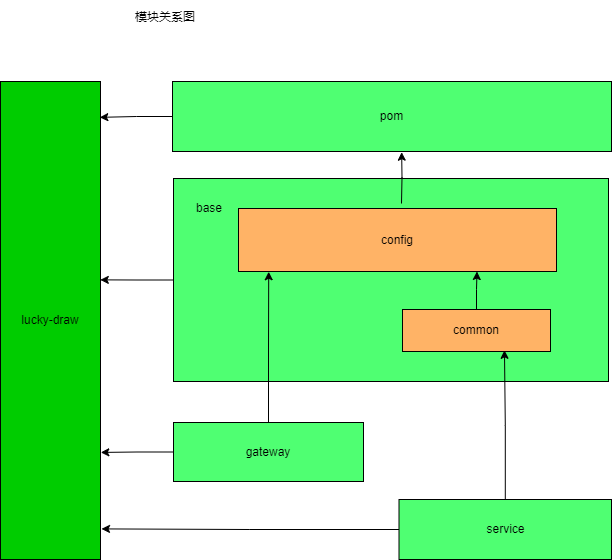
Before: lucky-draw/模块关系.png, a diagram exported from draw.io (Minh-X/draw.io). Source tidied: cells renumbered, new cells last; positions are measured from the earlier drawing's top-left corner, leaving out a move shared by most shapes.
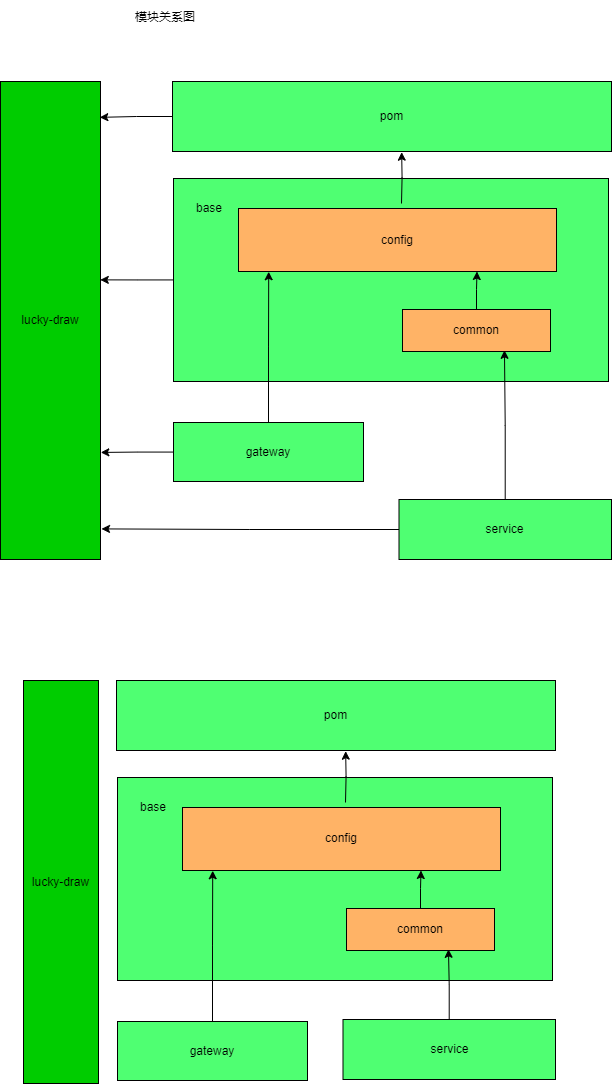
After the change.

Commit message:
更新模块关系.png

Change to the diagram source:
```diff
@@ -55,5 +55,43 @@
     <mxCell id="18" value="lucky-draw" style="rounded=0;whiteSpace=wrap;html=1;fillColor=#00CC00;" parent="1" vertex="1">
       <mxGeometry y="81" width="100" height="478" as="geometry" />
     </mxCell>
+    <mxCell id="19" style="rounded=0;whiteSpace=wrap;html=1;fillColor=#4FFF72;" parent="1" vertex="1">
+      <mxGeometry x="117" y="777" width="435" height="203" as="geometry" />
+    </mxCell>
+    <mxCell id="20" value="pom" style="rounded=0;whiteSpace=wrap;html=1;fillColor=#4FFF72;" parent="1" vertex="1">
+      <mxGeometry x="116" y="680" width="439" height="70" as="geometry" />
+    </mxCell>
+    <mxCell id="21" style="edgeStyle=orthogonalEdgeStyle;rounded=0;jettySize=auto;html=1;entryX=0.095;entryY=1.004;entryDx=0;entryDy=0;entryPerimeter=0;" parent="1" edge="1" source="22" target="28">
+      <mxGeometry relative="1" as="geometry" />
+    </mxCell>
+    <mxCell id="22" value="gateway" style="rounded=0;whiteSpace=wrap;html=1;fillColor=#4FFF72;" parent="1" vertex="1">
+      <mxGeometry x="117" y="1021" width="190" height="59" as="geometry" />
+    </mxCell>
+    <mxCell id="23" style="edgeStyle=orthogonalEdgeStyle;rounded=0;jettySize=auto;html=1;entryX=0.689;entryY=0.972;entryDx=0;entryDy=0;entryPerimeter=0;" parent="1" edge="1" source="24" target="26">
+      <mxGeometry relative="1" as="geometry" />
+    </mxCell>
+    <mxCell id="24" value="service" style="rounded=0;whiteSpace=wrap;html=1;fillColor=#4FFF72;" parent="1" vertex="1">
+      <mxGeometry x="342.5" y="1019" width="212.5" height="60" as="geometry" />
+    </mxCell>
+    <mxCell id="25" style="edgeStyle=orthogonalEdgeStyle;rounded=0;jettySize=auto;html=1;entryX=0.75;entryY=1;entryDx=0;entryDy=0;" parent="1" edge="1" source="26" target="28">
+      <mxGeometry relative="1" as="geometry" />
+    </mxCell>
+    <mxCell id="26" value="common" style="rounded=0;whiteSpace=wrap;html=1;fillColor=#FFB366;" parent="1" vertex="1">
+      <mxGeometry x="346" y="908" width="148" height="42" as="geometry" />
+    </mxCell>
+    <mxCell id="27" style="edgeStyle=orthogonalEdgeStyle;rounded=0;jettySize=auto;html=1;entryX=0.522;entryY=1.01;entryDx=0;entryDy=0;entryPerimeter=0;" parent="1" edge="1" target="20">
+      <mxGeometry relative="1" as="geometry">
+        <mxPoint x="345" y="802" as="sourcePoint" />
+      </mxGeometry>
+    </mxCell>
+    <mxCell id="28" value="config" style="rounded=0;whiteSpace=wrap;html=1;fillColor=#FFB366;" parent="1" vertex="1">
+      <mxGeometry x="182" y="807" width="318" height="63" as="geometry" />
+    </mxCell>
+    <mxCell id="29" value="base" style="text;html=1;strokeColor=none;fillColor=none;align=center;verticalAlign=middle;whiteSpace=wrap;rounded=0;" parent="1" vertex="1">
+      <mxGeometry x="123" y="792" width="60" height="30" as="geometry" />
+    </mxCell>
+    <mxCell id="30" value="lucky-draw" style="rounded=0;whiteSpace=wrap;html=1;fillColor=#00CC00;" parent="1" vertex="1">
+      <mxGeometry x="23" y="680" width="75" height="403" as="geometry" />
+    </mxCell>
   </root>
 </mxGraphModel>
```
